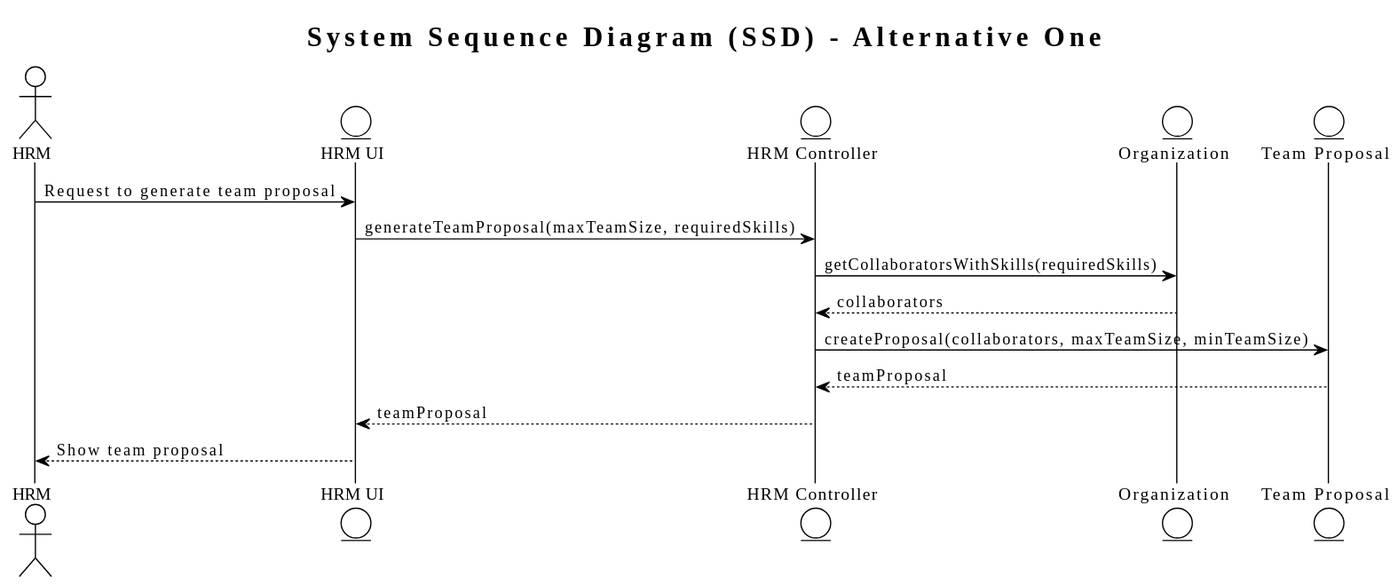
This is docs/sprintA/us005/01.requirements-engineering/svg/us005-alternative-one-System_Sequence_Diagram__SSD____Alternative_One.svg from RicardoMorim/lapr2-ISEP-Project, a PlantUML export, as it was before one commit.
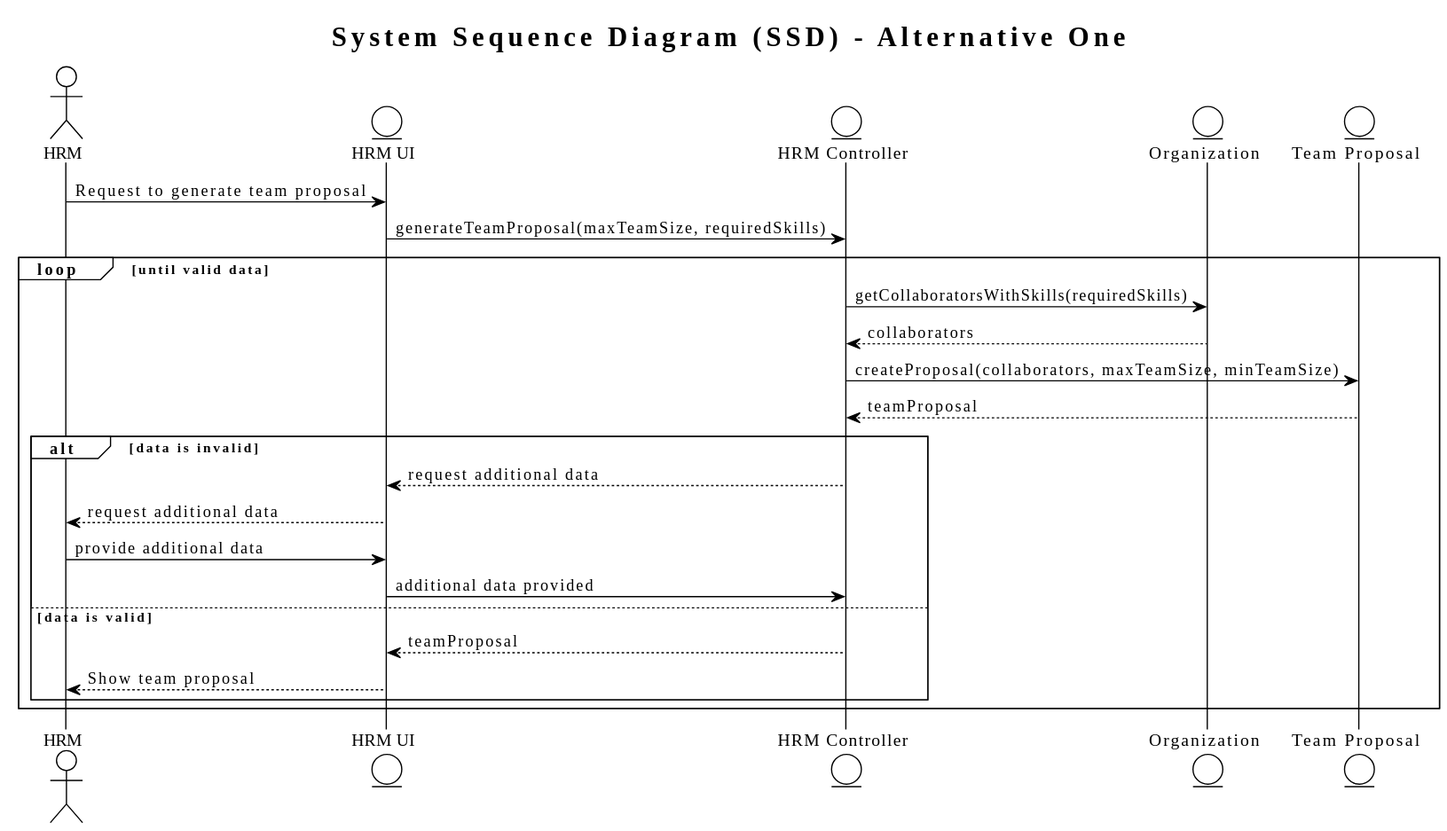
Above is the later version.

What changed in the source:
```diff
@@ -11,10 +11,20 @@
 
 HRM -> UI : Request to generate team proposal
 UI -> Controller : generateTeamProposal(maxTeamSize, requiredSkills)
-Controller -> Org : getCollaboratorsWithSkills(requiredSkills)
-Org --> Controller : collaborators
-Controller -> Proposal : createProposal(collaborators, maxTeamSize, minTeamSize)
-Proposal --> Controller : teamProposal
-Controller --> UI : teamProposal
-UI --> HRM : Show team proposal
+
+loop until valid data
+    Controller -> Org : getCollaboratorsWithSkills(requiredSkills)
+    Org --> Controller : collaborators
+    Controller -> Proposal : createProposal(collaborators, maxTeamSize, minTeamSize)
+    Proposal --> Controller : teamProposal
+    alt data is invalid
+        Controller --> UI : request additional data
+        UI --> HRM : request additional data
+        HRM -> UI : provide additional data
+        UI -> Controller : additional data provided
+    else data is valid
+        Controller --> UI : teamProposal
+        UI --> HRM : Show team proposal
+    end
+end
 @enduml
```
